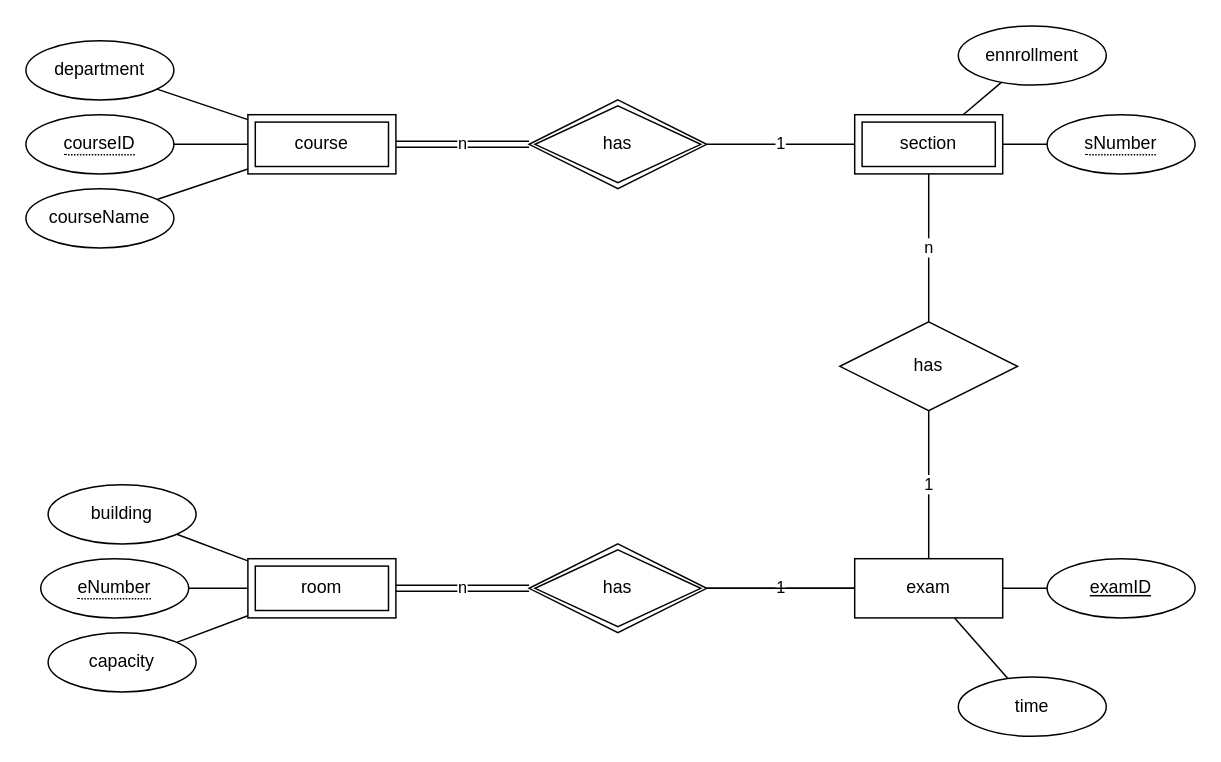
Above: Nam3_HK1/CSDL_SQL_Plus/Tuan2/BT1.drawio in EdgarIgnite16/SGU-Course (draw.io), before the change. Source tidied: cells renumbered, new cells numbered last; positions are measured from the earlier drawing's top-left corner, leaving out a move shared by most shapes. Both pictures are drawn from the tidied source at 148%, with x=0, y=0 at pixel (25, 25).
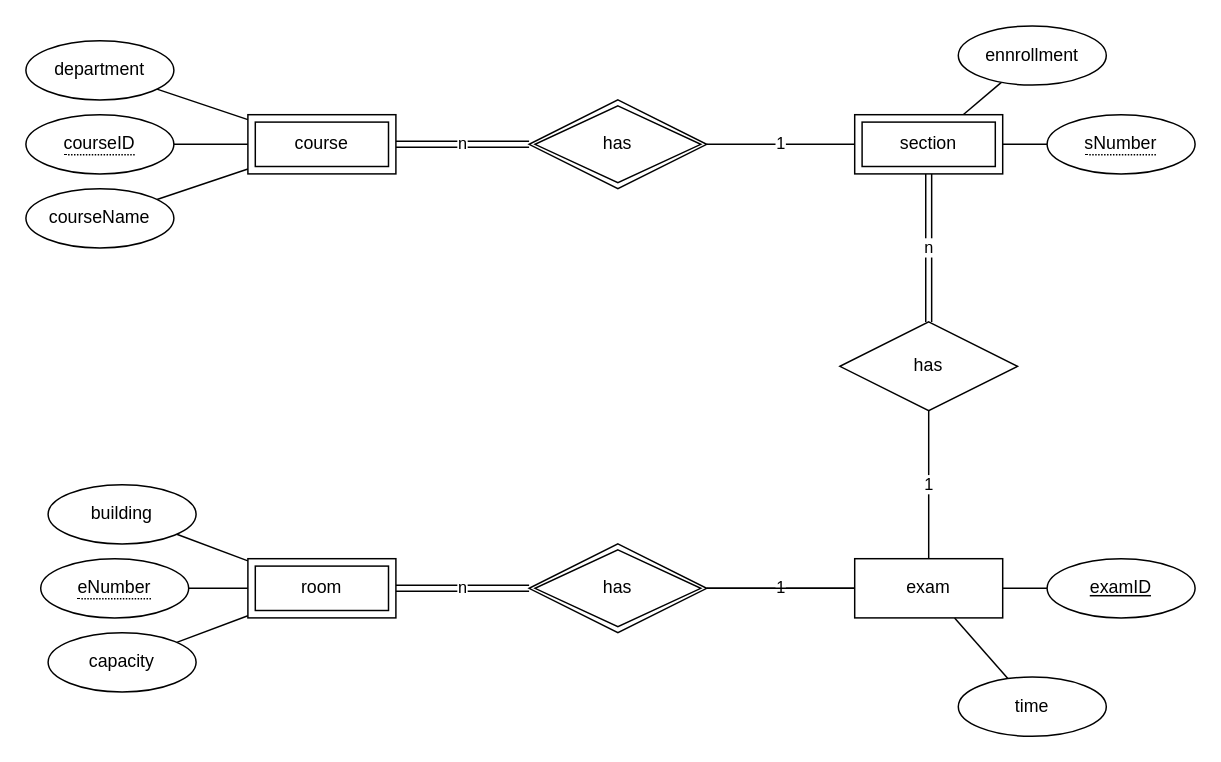
After the change.

Unchanged cells that the change refers to:
```xml
<mxCell id="28" value="has" style="shape=rhombus;perimeter=rhombusPerimeter;whiteSpace=wrap;html=1;align=center;" parent="1" vertex="1">
  <mxGeometry x="550" y="200" width="120" height="60" as="geometry" />
</mxCell>
<mxCell id="34" value="section" style="shape=ext;margin=3;double=1;whiteSpace=wrap;html=1;align=center;" parent="1" vertex="1">
  <mxGeometry x="560" y="60" width="100" height="40" as="geometry" />
</mxCell>
```

What changed in the source:
```diff
@@
-    <mxCell id="7" value="n" style="rounded=0;jettySize=auto;html=1;endArrow=none;endFill=0;" parent="1" edge="1" source="34" target="28">
+    <mxCell id="7" value="n" style="rounded=0;jettySize=auto;html=1;endArrow=none;endFill=0;shape=link;" parent="1" edge="1" source="34" target="28">
       <mxGeometry relative="1" as="geometry" />
     </mxCell>
```
